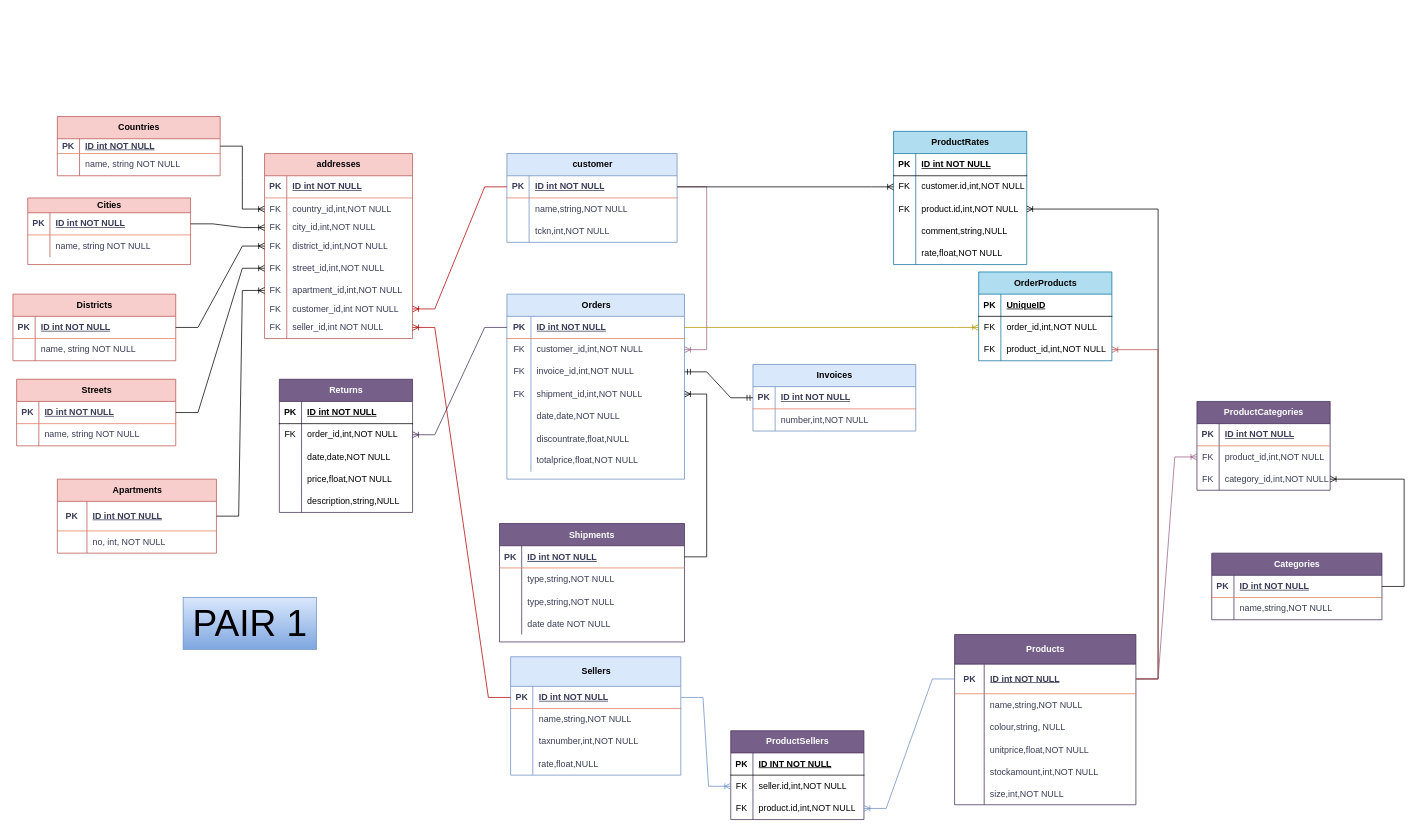
ugurhdml/Etiya-Akademi-Python keeps this draw.io diagram as Untitled Diagram.drawio. Above is the earlier version. Source tidied: cells renumbered, new cells numbered last; positions are measured from the earlier drawing's top-left corner, leaving out a move shared by most shapes. Both pictures are drawn from the tidied source at 74%, with x=0, y=0 at pixel (13, 116).
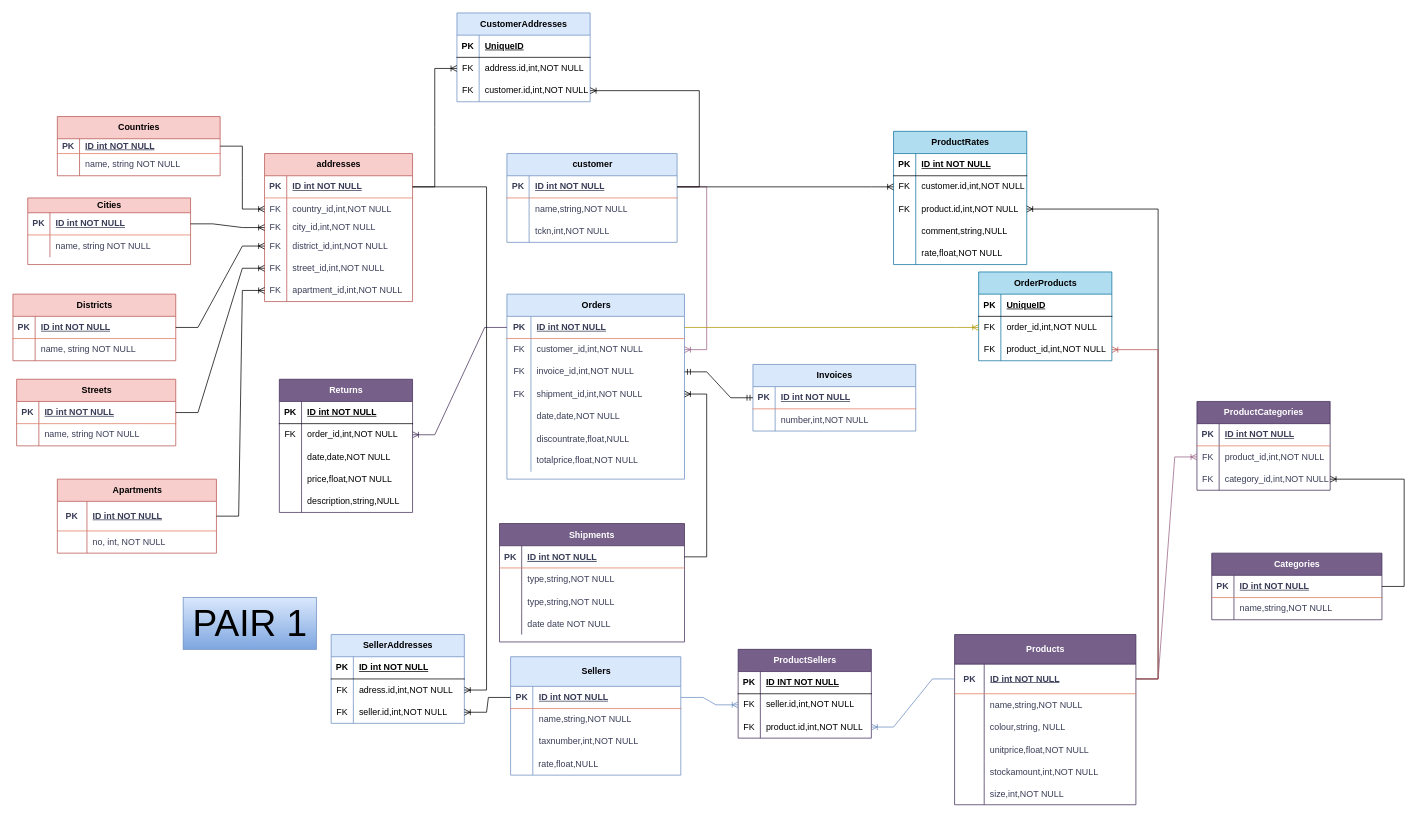
The same diagram, later.

The change refers to these unchanged cells:
```xml
<mxCell id="23" style="shape=tableRow;horizontal=0;startSize=0;swimlaneHead=0;swimlaneBody=0;fillColor=none;points=[[0,0.5],[1,0.5]];portConstraint=eastwest;top=0;left=0;right=0;bottom=1;labelBackgroundColor=none;strokeColor=#E07A5F;fontColor=#393C56;" parent="22" vertex="1">
  <mxGeometry y="30" width="200" height="30" as="geometry" />
</mxCell>
<mxCell id="109" style="shape=tableRow;horizontal=0;startSize=0;swimlaneHead=0;swimlaneBody=0;fillColor=none;points=[[0,0.5],[1,0.5]];portConstraint=eastwest;top=0;left=0;right=0;bottom=1;labelBackgroundColor=none;strokeColor=#E07A5F;fontColor=#393C56;" parent="108" vertex="1">
  <mxGeometry y="30" width="230" height="30" as="geometry" />
</mxCell>
<mxCell id="119" style="shape=tableRow;horizontal=0;startSize=0;swimlaneHead=0;swimlaneBody=0;fillColor=none;points=[[0,0.5],[1,0.5]];portConstraint=eastwest;top=0;left=0;right=0;bottom=1;labelBackgroundColor=none;strokeColor=#E07A5F;fontColor=#393C56;" parent="118" vertex="1">
  <mxGeometry y="40" width="230" height="30" as="geometry" />
</mxCell>
```

What changed in the source:
```diff
@@
     <mxCell id="22" value="addresses" style="shape=table;startSize=30;childLayout=tableLayout;rowLines=0;fontStyle=1;align=center;html=1;fillColor=#f8cecc;strokeColor=#b85450;labelBackgroundColor=none;" parent="1" vertex="1">
-      <mxGeometry x="340" y="50" width="200" height="250" as="geometry" />
+      <mxGeometry x="340" y="50" width="200" height="200" as="geometry" />
     </mxCell>
@@
-    <mxCell id="41" style="shape=tableRow;horizontal=0;startSize=0;swimlaneHead=0;swimlaneBody=0;fillColor=none;points=[[0,0.5],[1,0.5]];portConstraint=eastwest;top=0;left=0;right=0;bottom=0;labelBackgroundColor=none;strokeColor=#E07A5F;fontColor=#393C56;" parent="22" vertex="1">
-      <mxGeometry y="200" width="200" height="20" as="geometry" />
-    </mxCell>
-    <mxCell id="42" value="FK" style="shape=partialRectangle;fillColor=none;top=0;left=0;bottom=0;right=0;fontStyle=0;overflow=hidden;whiteSpace=wrap;html=1;labelBackgroundColor=none;strokeColor=#E07A5F;fontColor=#393C56;" parent="41" vertex="1">
-      <mxGeometry width="30" height="20" as="geometry" />
-    </mxCell>
-    <mxCell id="43" value="customer_id,int NOT NULL" style="shape=partialRectangle;fillColor=none;top=0;left=0;bottom=0;right=0;align=left;spacingLeft=6;fontStyle=0;overflow=hidden;whiteSpace=wrap;html=1;labelBackgroundColor=none;strokeColor=#E07A5F;fontColor=#393C56;" parent="41" vertex="1">
-      <mxGeometry x="30" width="170" height="20" as="geometry" />
-    </mxCell>
-    <mxCell id="44" style="shape=tableRow;horizontal=0;startSize=0;swimlaneHead=0;swimlaneBody=0;fillColor=none;points=[[0,0.5],[1,0.5]];portConstraint=eastwest;top=0;left=0;right=0;bottom=0;labelBackgroundColor=none;strokeColor=#E07A5F;fontColor=#393C56;" parent="22" vertex="1">
-      <mxGeometry y="220" width="200" height="30" as="geometry" />
-    </mxCell>
-    <mxCell id="45" value="FK" style="shape=partialRectangle;fillColor=none;top=0;left=0;bottom=0;right=0;fontStyle=0;overflow=hidden;whiteSpace=wrap;html=1;labelBackgroundColor=none;strokeColor=#E07A5F;fontColor=#393C56;" parent="44" vertex="1">
-      <mxGeometry width="30" height="30" as="geometry" />
-    </mxCell>
-    <mxCell id="46" value="seller_id,int NOT NULL" style="shape=partialRectangle;fillColor=none;top=0;left=0;bottom=0;right=0;align=left;spacingLeft=6;fontStyle=0;overflow=hidden;whiteSpace=wrap;html=1;labelBackgroundColor=none;strokeColor=#E07A5F;fontColor=#393C56;" parent="44" vertex="1">
-      <mxGeometry x="30" width="170" height="30" as="geometry" />
-    </mxCell>
@@
-    <mxCell id="203" style="edgeStyle=entityRelationEdgeStyle;fontSize=12;html=1;endArrow=ERoneToMany;rounded=0;fillColor=#e51400;strokeColor=#B20000;" parent="1" edge="1" source="109" target="41">
-      <mxGeometry relative="1" as="geometry" />
-    </mxCell>
-    <mxCell id="204" style="edgeStyle=entityRelationEdgeStyle;fontSize=12;html=1;endArrow=ERoneToMany;rounded=0;fillColor=#e51400;strokeColor=#B20000;" parent="1" edge="1" source="119" target="44">
-      <mxGeometry relative="1" as="geometry" />
-    </mxCell>
@@
     <mxCell id="220" value="ProductSellers" style="shape=table;startSize=30;childLayout=tableLayout;rowLines=0;fontStyle=1;align=center;html=1;fillColor=#76608a;fontColor=#ffffff;strokeColor=#432D57;" parent="1" vertex="1">
-      <mxGeometry x="970" y="830" width="180" height="120" as="geometry" />
+      <mxGeometry x="980" y="720" width="180" height="120" as="geometry" />
     </mxCell>
@@
+    <mxCell id="235" value="CustomerAddresses" style="shape=table;startSize=30;childLayout=tableLayout;rowLines=0;fontStyle=1;align=center;html=1;fillColor=#dae8fc;strokeColor=#6c8ebf;" parent="1" vertex="1">
+      <mxGeometry x="600" y="-140" width="180" height="120" as="geometry" />
+    </mxCell>
+    <mxCell id="236" style="shape=tableRow;horizontal=0;startSize=0;swimlaneHead=0;swimlaneBody=0;fillColor=none;top=0;left=0;right=0;bottom=1;" parent="235" vertex="1">
+      <mxGeometry y="30" width="180" height="30" as="geometry" />
+    </mxCell>
+    <mxCell id="237" value="PK" style="shape=partialRectangle;fillColor=none;top=0;left=0;bottom=0;right=0;fontStyle=1;overflow=hidden;whiteSpace=wrap;html=1;" parent="236" vertex="1">
+      <mxGeometry width="30" height="30" as="geometry" />
+    </mxCell>
+    <mxCell id="238" value="UniqueID" style="shape=partialRectangle;fillColor=none;top=0;left=0;bottom=0;right=0;align=left;spacingLeft=6;fontStyle=5;overflow=hidden;whiteSpace=wrap;html=1;" parent="236" vertex="1">
+      <mxGeometry x="30" width="150" height="30" as="geometry" />
+    </mxCell>
+    <mxCell id="239" style="shape=tableRow;horizontal=0;startSize=0;swimlaneHead=0;swimlaneBody=0;fillColor=none;points=[[0,0.5],[1,0.5]];portConstraint=eastwest;top=0;left=0;right=0;bottom=0;" parent="235" vertex="1">
+      <mxGeometry y="60" width="180" height="30" as="geometry" />
+    </mxCell>
+    <mxCell id="240" value="FK" style="shape=partialRectangle;fillColor=none;top=0;left=0;bottom=0;right=0;fontStyle=0;overflow=hidden;whiteSpace=wrap;html=1;" parent="239" vertex="1">
+      <mxGeometry width="30" height="30" as="geometry" />
+    </mxCell>
+    <mxCell id="241" value="address.id,int,NOT NULL" style="shape=partialRectangle;fillColor=none;top=0;left=0;bottom=0;right=0;align=left;spacingLeft=6;fontStyle=0;overflow=hidden;whiteSpace=wrap;html=1;" parent="239" vertex="1">
+      <mxGeometry x="30" width="150" height="30" as="geometry" />
+    </mxCell>
+    <mxCell id="242" style="shape=tableRow;horizontal=0;startSize=0;swimlaneHead=0;swimlaneBody=0;fillColor=none;points=[[0,0.5],[1,0.5]];portConstraint=eastwest;top=0;left=0;right=0;bottom=0;" parent="235" vertex="1">
+      <mxGeometry y="90" width="180" height="30" as="geometry" />
+    </mxCell>
+    <mxCell id="243" value="FK" style="shape=partialRectangle;fillColor=none;top=0;left=0;bottom=0;right=0;fontStyle=0;overflow=hidden;whiteSpace=wrap;html=1;" parent="242" vertex="1">
+      <mxGeometry width="30" height="30" as="geometry" />
+    </mxCell>
+    <mxCell id="244" value="customer.id,int,NOT NULL" style="shape=partialRectangle;fillColor=none;top=0;left=0;bottom=0;right=0;align=left;spacingLeft=6;fontStyle=0;overflow=hidden;whiteSpace=wrap;html=1;" parent="242" vertex="1">
+      <mxGeometry x="30" width="150" height="30" as="geometry" />
+    </mxCell>
+    <mxCell id="245" style="edgeStyle=entityRelationEdgeStyle;fontSize=12;html=1;endArrow=ERoneToMany;rounded=0;" parent="1" edge="1" source="23" target="239">
+      <mxGeometry relative="1" as="geometry" />
+    </mxCell>
+    <mxCell id="246" style="edgeStyle=entityRelationEdgeStyle;fontSize=12;html=1;endArrow=ERoneToMany;rounded=0;" parent="1" edge="1" source="109" target="242">
+      <mxGeometry relative="1" as="geometry" />
+    </mxCell>
+    <mxCell id="247" value="SellerAddresses" style="shape=table;startSize=30;childLayout=tableLayout;rowLines=0;fontStyle=1;align=center;html=1;fillColor=#dae8fc;strokeColor=#6c8ebf;" parent="1" vertex="1">
+      <mxGeometry x="430" y="700" width="180" height="120" as="geometry" />
+    </mxCell>
+    <mxCell id="248" style="shape=tableRow;horizontal=0;startSize=0;swimlaneHead=0;swimlaneBody=0;fillColor=none;top=0;left=0;right=0;bottom=1;" parent="247" vertex="1">
+      <mxGeometry y="30" width="180" height="30" as="geometry" />
+    </mxCell>
+    <mxCell id="249" value="PK" style="shape=partialRectangle;fillColor=none;top=0;left=0;bottom=0;right=0;fontStyle=1;overflow=hidden;whiteSpace=wrap;html=1;" parent="248" vertex="1">
+      <mxGeometry width="30" height="30" as="geometry" />
+    </mxCell>
+    <mxCell id="250" value="ID int NOT NULL" style="shape=partialRectangle;fillColor=none;top=0;left=0;bottom=0;right=0;align=left;spacingLeft=6;fontStyle=5;overflow=hidden;whiteSpace=wrap;html=1;" parent="248" vertex="1">
+      <mxGeometry x="30" width="150" height="30" as="geometry" />
+    </mxCell>
+    <mxCell id="251" style="shape=tableRow;horizontal=0;startSize=0;swimlaneHead=0;swimlaneBody=0;fillColor=none;points=[[0,0.5],[1,0.5]];portConstraint=eastwest;top=0;left=0;right=0;bottom=0;" parent="247" vertex="1">
+      <mxGeometry y="60" width="180" height="30" as="geometry" />
+    </mxCell>
+    <mxCell id="252" value="FK" style="shape=partialRectangle;fillColor=none;top=0;left=0;bottom=0;right=0;fontStyle=0;overflow=hidden;whiteSpace=wrap;html=1;" parent="251" vertex="1">
+      <mxGeometry width="30" height="30" as="geometry" />
+    </mxCell>
+    <mxCell id="253" value="adress.id,int,NOT NULL" style="shape=partialRectangle;fillColor=none;top=0;left=0;bottom=0;right=0;align=left;spacingLeft=6;fontStyle=0;overflow=hidden;whiteSpace=wrap;html=1;" parent="251" vertex="1">
+      <mxGeometry x="30" width="150" height="30" as="geometry" />
+    </mxCell>
+    <mxCell id="254" style="shape=tableRow;horizontal=0;startSize=0;swimlaneHead=0;swimlaneBody=0;fillColor=none;points=[[0,0.5],[1,0.5]];portConstraint=eastwest;top=0;left=0;right=0;bottom=0;" parent="247" vertex="1">
+      <mxGeometry y="90" width="180" height="30" as="geometry" />
+    </mxCell>
+    <mxCell id="255" value="FK" style="shape=partialRectangle;fillColor=none;top=0;left=0;bottom=0;right=0;fontStyle=0;overflow=hidden;whiteSpace=wrap;html=1;" parent="254" vertex="1">
+      <mxGeometry width="30" height="30" as="geometry" />
+    </mxCell>
+    <mxCell id="256" value="seller.id,int,NOT NULL" style="shape=partialRectangle;fillColor=none;top=0;left=0;bottom=0;right=0;align=left;spacingLeft=6;fontStyle=0;overflow=hidden;whiteSpace=wrap;html=1;" parent="254" vertex="1">
+      <mxGeometry x="30" width="150" height="30" as="geometry" />
+    </mxCell>
+    <mxCell id="257" style="edgeStyle=entityRelationEdgeStyle;fontSize=12;html=1;endArrow=ERoneToMany;rounded=0;" parent="1" edge="1" source="119" target="254">
+      <mxGeometry relative="1" as="geometry" />
+    </mxCell>
+    <mxCell id="258" style="edgeStyle=entityRelationEdgeStyle;fontSize=12;html=1;endArrow=ERoneToMany;rounded=0;" parent="1" edge="1" source="23" target="251">
+      <mxGeometry relative="1" as="geometry" />
+    </mxCell>
```
